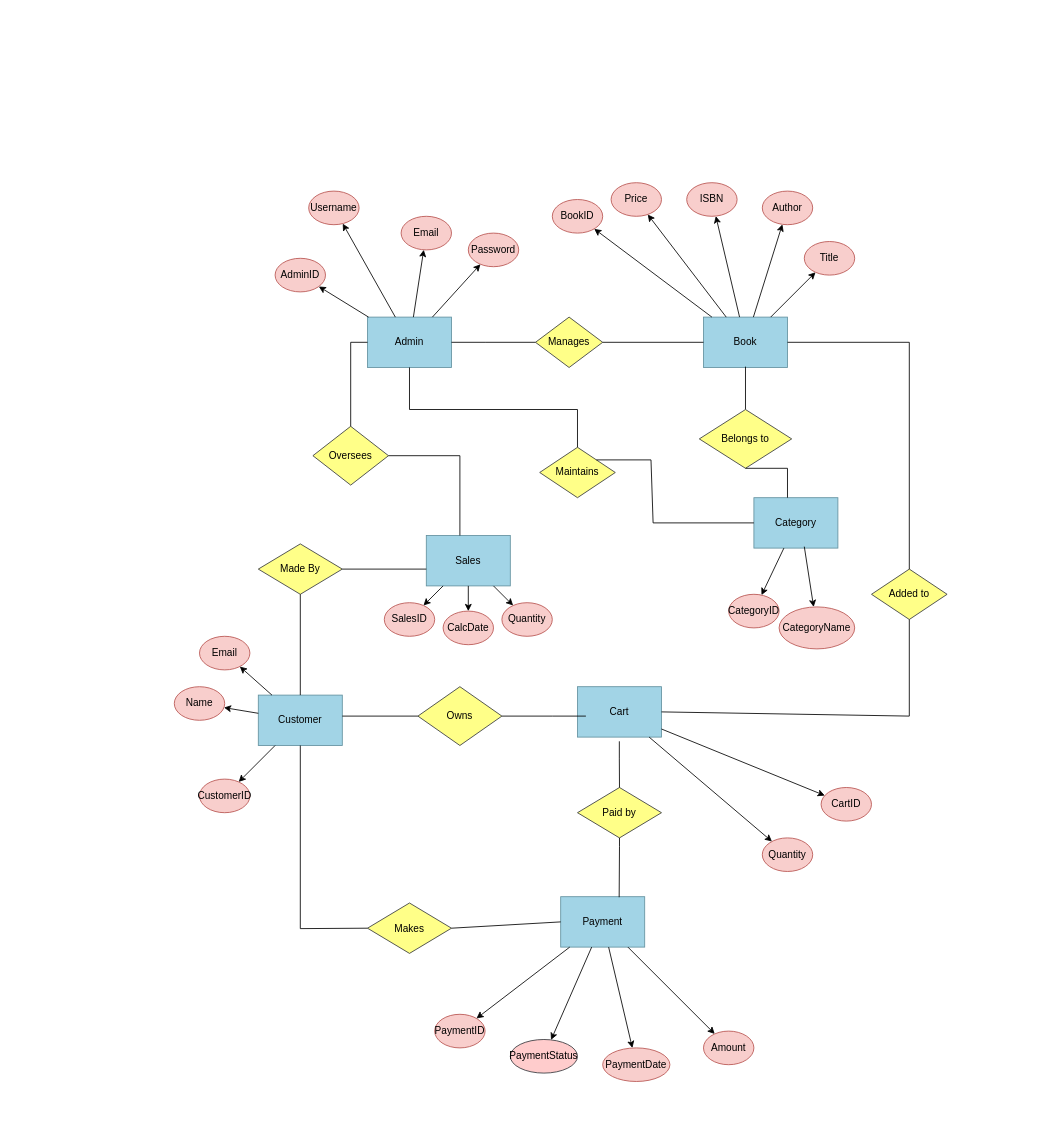
The draw.io diagram Untitled Diagram.drawio in Zul-Qarnain/Database_project, before the edit. Source tidied: cells renumbered, new cells numbered last; positions are measured from the earlier drawing's top-left corner, leaving out a move shared by most shapes. Both pictures are drawn from the tidied source at 84%, with x=0, y=0 at pixel (174, 182).
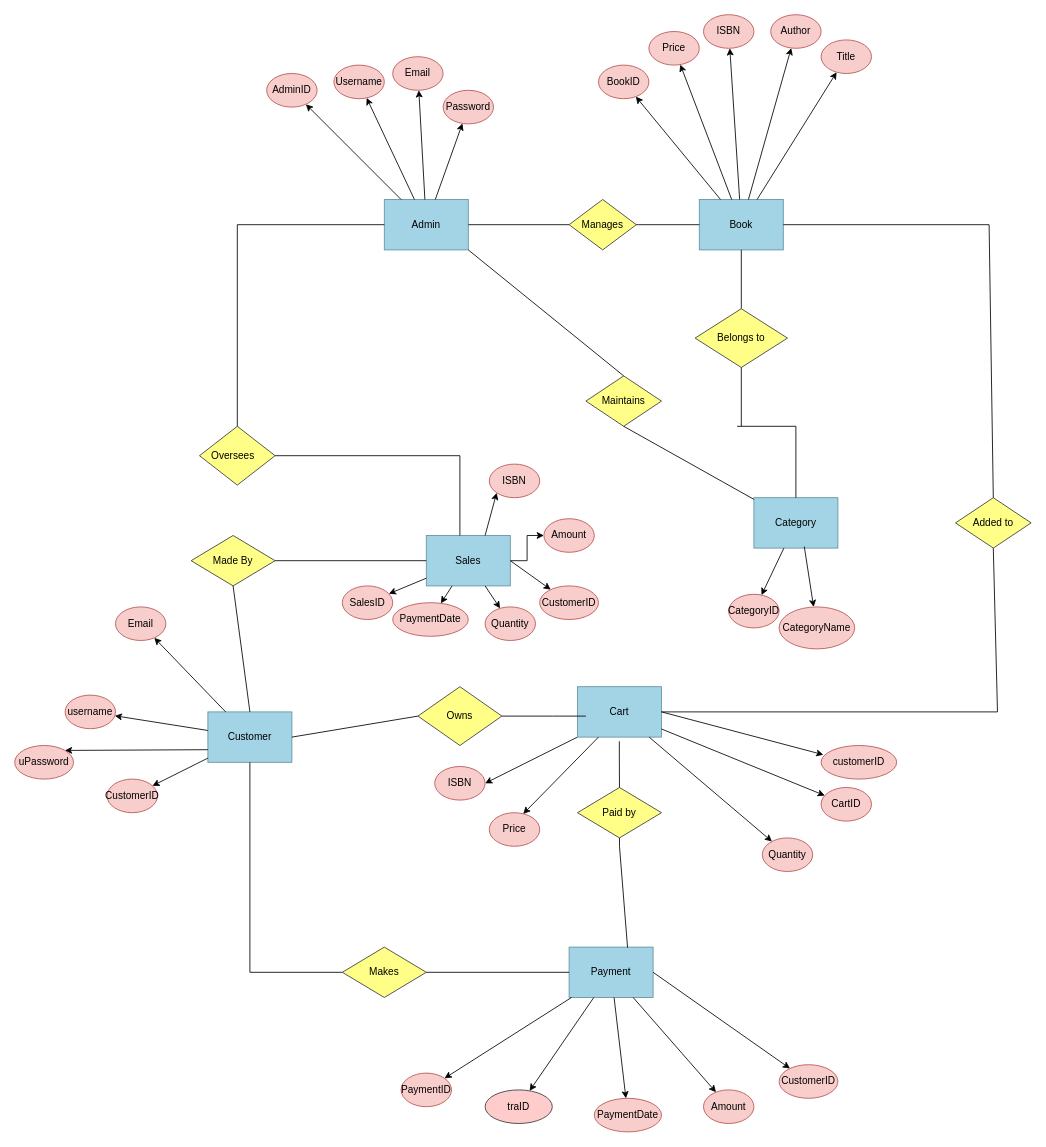
After the change.

Unchanged cells that the change refers to:
```xml
<mxCell id="12" value="Category" style="rounded=0;whiteSpace=wrap;html=1;fillColor=#a2d4e6;strokeColor=#63919f;" parent="1" vertex="1">
  <mxGeometry x="690" y="375" width="100" height="60" as="geometry" />
</mxCell>
<mxCell id="37" value="Cart" style="rounded=0;whiteSpace=wrap;html=1;fillColor=#a2d4e6;strokeColor=#63919f;" parent="1" vertex="1">
  <mxGeometry x="480" y="600" width="100" height="60" as="geometry" />
</mxCell>
<mxCell id="42" value="Sales" style="rounded=0;whiteSpace=wrap;html=1;fillColor=#a2d4e6;strokeColor=#63919f;" parent="1" vertex="1">
  <mxGeometry x="300" y="420" width="100" height="60" as="geometry" />
</mxCell>
<mxCell id="60" style="rhombus;whiteSpace=wrap;html=1;fillColor=#ffff88;strokeColor=#36393d;" parent="1" vertex="1">
  <mxGeometry x="290" y="600" width="100" height="70" as="geometry" />
</mxCell>
```

What changed in the source:
```diff
@@
+    <mxCell id="90" style="endArrow=classic;html=1;rounded=0;exitX=0;exitY=1;exitDx=0;exitDy=0;entryX=1;entryY=0.5;entryDx=0;entryDy=0;" parent="1" edge="1" source="37" target="98">
+      <mxGeometry relative="1" as="geometry" />
+    </mxCell>
     <mxCell id="2" value="Admin" style="rounded=0;whiteSpace=wrap;html=1;fillColor=#a2d4e6;strokeColor=#63919f;" parent="1" vertex="1">
-      <mxGeometry x="230" y="160" width="100" height="60" as="geometry" />
+      <mxGeometry x="250" y="20" width="100" height="60" as="geometry" />
     </mxCell>
     <mxCell id="3" value="AdminID" style="ellipse;whiteSpace=wrap;html=1;fillColor=#f8cecc;strokeColor=#b85450;" parent="1" vertex="1">
-      <mxGeometry x="120" y="90" width="60" height="40" as="geometry" />
+      <mxGeometry x="110" y="-130" width="60" height="40" as="geometry" />
     </mxCell>
@@
     <mxCell id="5" value="Username" style="ellipse;whiteSpace=wrap;html=1;fillColor=#f8cecc;strokeColor=#b85450;" parent="1" vertex="1">
-      <mxGeometry x="160" y="10" width="60" height="40" as="geometry" />
+      <mxGeometry x="190" y="-140" width="60" height="40" as="geometry" />
     </mxCell>
@@
     <mxCell id="7" value="Email" style="ellipse;whiteSpace=wrap;html=1;fillColor=#f8cecc;strokeColor=#b85450;" parent="1" vertex="1">
-      <mxGeometry x="270" y="40" width="60" height="40" as="geometry" />
+      <mxGeometry x="260" y="-150" width="60" height="40" as="geometry" />
     </mxCell>
@@
     <mxCell id="9" value="Password" style="ellipse;whiteSpace=wrap;html=1;fillColor=#f8cecc;strokeColor=#b85450;" parent="1" vertex="1">
-      <mxGeometry x="350" y="60" width="60" height="40" as="geometry" />
+      <mxGeometry x="320" y="-110" width="60" height="40" as="geometry" />
     </mxCell>
@@
     <mxCell id="11" value="Manages" style="rhombus;whiteSpace=wrap;html=1;fillColor=#ffff88;strokeColor=#36393d;" parent="1" vertex="1">
-      <mxGeometry x="430" y="160" width="80" height="60" as="geometry" />
+      <mxGeometry x="470" y="20" width="80" height="60" as="geometry" />
     </mxCell>
@@
     <mxCell id="17" value="Book" style="rounded=0;whiteSpace=wrap;html=1;fillColor=#a2d4e6;strokeColor=#63919f;" parent="1" vertex="1">
-      <mxGeometry x="630" y="160" width="100" height="60" as="geometry" />
+      <mxGeometry x="625" y="20" width="100" height="60" as="geometry" />
     </mxCell>
     <mxCell id="18" value="BookID" style="ellipse;whiteSpace=wrap;html=1;fillColor=#f8cecc;strokeColor=#b85450;" parent="1" vertex="1">
-      <mxGeometry x="450" y="20" width="60" height="40" as="geometry" />
+      <mxGeometry x="505" y="-140" width="60" height="40" as="geometry" />
     </mxCell>
@@
     <mxCell id="20" value="Title" style="ellipse;whiteSpace=wrap;html=1;fillColor=#f8cecc;strokeColor=#b85450;" parent="1" vertex="1">
-      <mxGeometry x="750" y="70" width="60" height="40" as="geometry" />
+      <mxGeometry x="770" y="-170" width="60" height="40" as="geometry" />
     </mxCell>
@@
     <mxCell id="22" value="ISBN" style="ellipse;whiteSpace=wrap;html=1;fillColor=#f8cecc;strokeColor=#b85450;" parent="1" vertex="1">
-      <mxGeometry x="610" width="60" height="40" as="geometry" />
+      <mxGeometry x="630" y="-200" width="60" height="40" as="geometry" />
     </mxCell>
@@
     <mxCell id="24" value="Price" style="ellipse;whiteSpace=wrap;html=1;fillColor=#f8cecc;strokeColor=#b85450;" parent="1" vertex="1">
-      <mxGeometry x="520" width="60" height="40" as="geometry" />
+      <mxGeometry x="565" y="-180" width="60" height="40" as="geometry" />
     </mxCell>
@@
     <mxCell id="26" value="Author" style="ellipse;whiteSpace=wrap;html=1;fillColor=#f8cecc;strokeColor=#b85450;" parent="1" vertex="1">
-      <mxGeometry x="700" y="10" width="60" height="40" as="geometry" />
+      <mxGeometry x="710" y="-200" width="60" height="40" as="geometry" />
     </mxCell>
@@
     <mxCell id="28" value="Payment" style="rounded=0;whiteSpace=wrap;html=1;fillColor=#a2d4e6;strokeColor=#63919f;" parent="1" vertex="1">
-      <mxGeometry x="460" y="850" width="100" height="60" as="geometry" />
+      <mxGeometry x="470" y="910" width="100" height="60" as="geometry" />
     </mxCell>
     <mxCell id="29" value="PaymentID" style="ellipse;whiteSpace=wrap;html=1;fillColor=#f8cecc;strokeColor=#b85450;" parent="1" vertex="1">
-      <mxGeometry x="310" y="990" width="60" height="40" as="geometry" />
+      <mxGeometry x="270" y="1060" width="60" height="40" as="geometry" />
     </mxCell>
@@
     <mxCell id="31" value="Amount" style="ellipse;whiteSpace=wrap;html=1;fillColor=#f8cecc;strokeColor=#b85450;" parent="1" vertex="1">
-      <mxGeometry x="630" y="1010" width="60" height="40" as="geometry" />
+      <mxGeometry x="630" y="1080" width="60" height="40" as="geometry" />
     </mxCell>
@@
     <mxCell id="33" value="PaymentDate" style="ellipse;whiteSpace=wrap;html=1;fillColor=#f8cecc;strokeColor=#b85450;" parent="1" vertex="1">
-      <mxGeometry x="510" y="1030" width="80" height="40" as="geometry" />
+      <mxGeometry x="500" y="1090" width="80" height="40" as="geometry" />
     </mxCell>
@@
-    <mxCell id="35" value="PaymentStatus" style="ellipse;whiteSpace=wrap;html=1;fillColor=#ffcccc;strokeColor=#36393d;" parent="1" vertex="1">
-      <mxGeometry x="400" y="1020" width="80" height="40" as="geometry" />
+    <mxCell id="35" value="traID" style="ellipse;whiteSpace=wrap;html=1;fillColor=#ffcccc;strokeColor=#36393d;" parent="1" vertex="1">
+      <mxGeometry x="370" y="1080" width="80" height="40" as="geometry" />
     </mxCell>
@@
+    <mxCell id="91" style="edgeStyle=orthogonalEdgeStyle;rounded=0;jettySize=auto;html=1;" parent="1" edge="1" source="42" target="114">
+      <mxGeometry relative="1" as="geometry" />
+    </mxCell>
@@
     <mxCell id="43" value="SalesID" style="ellipse;whiteSpace=wrap;html=1;fillColor=#f8cecc;strokeColor=#b85450;" parent="1" vertex="1">
-      <mxGeometry x="250" y="500" width="60" height="40" as="geometry" />
+      <mxGeometry x="200" y="480" width="60" height="40" as="geometry" />
     </mxCell>
@@
     <mxCell id="45" value="Quantity" style="ellipse;whiteSpace=wrap;html=1;fillColor=#f8cecc;strokeColor=#b85450;" parent="1" vertex="1">
-      <mxGeometry x="390" y="500" width="60" height="40" as="geometry" />
+      <mxGeometry x="370" y="505" width="60" height="40" as="geometry" />
     </mxCell>
@@
-    <mxCell id="47" value="CalcDate" style="ellipse;whiteSpace=wrap;html=1;fillColor=#f8cecc;strokeColor=#b85450;" parent="1" vertex="1">
-      <mxGeometry x="320" y="510" width="60" height="40" as="geometry" />
+    <mxCell id="47" value="PaymentDate" style="ellipse;whiteSpace=wrap;html=1;fillColor=#f8cecc;strokeColor=#b85450;" parent="1" vertex="1">
+      <mxGeometry x="260" y="500" width="90" height="40" as="geometry" />
     </mxCell>
@@
     <mxCell id="49" value="Customer" style="rounded=0;whiteSpace=wrap;html=1;fillColor=#a2d4e6;strokeColor=#63919f;" parent="1" vertex="1">
-      <mxGeometry x="100" y="610" width="100" height="60" as="geometry" />
+      <mxGeometry x="40" y="630" width="100" height="60" as="geometry" />
     </mxCell>
     <mxCell id="50" value="CustomerID" style="ellipse;whiteSpace=wrap;html=1;fillColor=#f8cecc;strokeColor=#b85450;" parent="1" vertex="1">
-      <mxGeometry x="30" y="710" width="60" height="40" as="geometry" />
+      <mxGeometry x="-80" y="710" width="60" height="40" as="geometry" />
     </mxCell>
@@
-    <mxCell id="52" value="Name" style="ellipse;whiteSpace=wrap;html=1;fillColor=#f8cecc;strokeColor=#b85450;" parent="1" vertex="1">
-      <mxGeometry y="600" width="60" height="40" as="geometry" />
+    <mxCell id="52" value="username" style="ellipse;whiteSpace=wrap;html=1;fillColor=#f8cecc;strokeColor=#b85450;" parent="1" vertex="1">
+      <mxGeometry x="-130" y="610" width="60" height="40" as="geometry" />
     </mxCell>
@@
     <mxCell id="54" value="Email" style="ellipse;whiteSpace=wrap;html=1;fillColor=#f8cecc;strokeColor=#b85450;" parent="1" vertex="1">
-      <mxGeometry x="30" y="540" width="60" height="40" as="geometry" />
+      <mxGeometry x="-70" y="505" width="60" height="40" as="geometry" />
     </mxCell>
@@
-    <mxCell id="56" style="endArrow=none;html=1;rounded=0;" parent="1" edge="1">
-      <mxGeometry relative="1" as="geometry">
-        <mxPoint x="680" y="270" as="sourcePoint" />
-        <mxPoint x="680" y="219" as="targetPoint" />
-      </mxGeometry>
+    <mxCell id="56" style="endArrow=none;html=1;rounded=0;entryX=0.5;entryY=1;entryDx=0;entryDy=0;exitX=0.5;exitY=0;exitDx=0;exitDy=0;" parent="1" edge="1" source="57" target="17">
+      <mxGeometry relative="1" as="geometry" />
     </mxCell>
     <mxCell id="57" style="rhombus;whiteSpace=wrap;html=1;fillColor=#ffff88;strokeColor=#36393d;" parent="1" vertex="1">
-      <mxGeometry x="625" y="270" width="110" height="70" as="geometry" />
+      <mxGeometry x="620" y="150" width="110" height="70" as="geometry" />
     </mxCell>
-    <mxCell id="58" style="endArrow=none;html=1;rounded=0;exitX=0.4;exitY=0;exitDx=0;exitDy=0;exitPerimeter=0;" parent="1" edge="1" source="12">
-      <mxGeometry relative="1" as="geometry">
-        <mxPoint x="680" y="340" as="targetPoint" />
-        <Array as="points">
-          <mxPoint x="730" y="340" />
-        </Array>
-      </mxGeometry>
-    </mxCell>
     <mxCell id="59" value="Belongs to" style="text;html=1;align=center;verticalAlign=middle;whiteSpace=wrap;rounded=0;fillColor=none;strokeColor=none;glass=0;gradientColor=none;" parent="1" vertex="1">
-      <mxGeometry x="650" y="290" width="60" height="30" as="geometry" />
+      <mxGeometry x="645" y="170" width="60" height="30" as="geometry" />
     </mxCell>
@@
-    <mxCell id="63" style="endArrow=none;html=1;rounded=0;entryX=1;entryY=0.5;entryDx=0;entryDy=0;exitX=0;exitY=0.5;exitDx=0;exitDy=0;" parent="1" edge="1" source="11" target="2">
-      <mxGeometry relative="1" as="geometry">
-        <Array as="points">
-          <mxPoint x="370" y="190" />
-        </Array>
-      </mxGeometry>
-    </mxCell>
@@
-    <mxCell id="65" style="endArrow=none;html=1;rounded=0;entryX=0;entryY=0.5;entryDx=0;entryDy=0;" parent="1" edge="1" target="60">
-      <mxGeometry relative="1" as="geometry">
-        <mxPoint x="200" y="635" as="sourcePoint" />
-      </mxGeometry>
+    <mxCell id="65" style="endArrow=none;html=1;rounded=0;entryX=0;entryY=0.5;entryDx=0;entryDy=0;exitX=1;exitY=0.5;exitDx=0;exitDy=0;" parent="1" edge="1" source="49" target="60">
+      <mxGeometry relative="1" as="geometry" />
     </mxCell>
@@
     <mxCell id="70" style="rhombus;whiteSpace=wrap;html=1;fillColor=#ffff88;strokeColor=#36393d;" parent="1" vertex="1">
-      <mxGeometry x="165" y="290" width="90" height="70" as="geometry" />
+      <mxGeometry x="30" y="290" width="90" height="70" as="geometry" />
     </mxCell>
     <mxCell id="71" value="Oversees" style="text;html=1;align=center;verticalAlign=middle;whiteSpace=wrap;rounded=0;" parent="1" vertex="1">
-      <mxGeometry x="180" y="310" width="60" height="30" as="geometry" />
+      <mxGeometry x="40" y="310" width="60" height="30" as="geometry" />
     </mxCell>
     <mxCell id="72" style="endArrow=none;html=1;rounded=0;entryX=0;entryY=0.5;entryDx=0;entryDy=0;exitX=0.5;exitY=0;exitDx=0;exitDy=0;" parent="1" edge="1" source="70" target="2">
       <mxGeometry relative="1" as="geometry">
         <Array as="points">
-          <mxPoint x="210" y="190" />
+          <mxPoint x="75" y="50" />
         </Array>
       </mxGeometry>
     </mxCell>
@@
     <mxCell id="74" style="rhombus;whiteSpace=wrap;html=1;fillColor=#ffff88;strokeColor=#36393d;" parent="1" vertex="1">
-      <mxGeometry x="100" y="430" width="100" height="60" as="geometry" />
+      <mxGeometry x="20" y="420" width="100" height="60" as="geometry" />
     </mxCell>
-    <mxCell id="75" style="endArrow=none;html=1;rounded=0;exitX=1;exitY=0.5;exitDx=0;exitDy=0;" parent="1" edge="1" source="74">
-      <mxGeometry relative="1" as="geometry">
-        <mxPoint x="300" y="460" as="targetPoint" />
-      </mxGeometry>
+    <mxCell id="75" style="endArrow=none;html=1;rounded=0;exitX=1;exitY=0.5;exitDx=0;exitDy=0;entryX=0;entryY=0.5;entryDx=0;entryDy=0;" parent="1" edge="1" source="74" target="42">
+      <mxGeometry relative="1" as="geometry" />
     </mxCell>
@@
     <mxCell id="77" value="Made By" style="text;html=1;align=center;verticalAlign=middle;whiteSpace=wrap;rounded=0;" parent="1" vertex="1">
-      <mxGeometry x="120" y="445" width="60" height="30" as="geometry" />
+      <mxGeometry x="40" y="435" width="60" height="30" as="geometry" />
     </mxCell>
     <mxCell id="78" style="rhombus;whiteSpace=wrap;html=1;fillColor=#ffff88;strokeColor=#36393d;" parent="1" vertex="1">
-      <mxGeometry x="230" y="857.5" width="100" height="60" as="geometry" />
+      <mxGeometry x="200" y="910" width="100" height="60" as="geometry" />
     </mxCell>
     <mxCell id="79" value="Makes" style="text;html=1;align=center;verticalAlign=middle;whiteSpace=wrap;rounded=0;" parent="1" vertex="1">
-      <mxGeometry x="250" y="875" width="60" height="25" as="geometry" />
+      <mxGeometry x="220" y="927.5" width="60" height="25" as="geometry" />
     </mxCell>
@@
     <mxCell id="81" style="endArrow=none;html=1;rounded=0;exitX=0.5;exitY=1;exitDx=0;exitDy=0;entryX=0;entryY=0.5;entryDx=0;entryDy=0;" parent="1" edge="1" source="49" target="78">
       <mxGeometry relative="1" as="geometry">
         <Array as="points">
-          <mxPoint x="150" y="888" />
+          <mxPoint x="90" y="940" />
         </Array>
       </mxGeometry>
     </mxCell>
     <mxCell id="82" style="rhombus;whiteSpace=wrap;html=1;fillColor=#ffff88;strokeColor=#36393d;" parent="1" vertex="1">
-      <mxGeometry x="435" y="315" width="90" height="60" as="geometry" />
+      <mxGeometry x="490" y="230" width="90" height="60" as="geometry" />
     </mxCell>
-    <mxCell id="83" style="endArrow=none;html=1;rounded=0;entryX=1;entryY=0.5;entryDx=0;entryDy=0;exitX=0;exitY=0.5;exitDx=0;exitDy=0;" parent="1" edge="1" source="12">
-      <mxGeometry relative="1" as="geometry">
-        <mxPoint x="502.5" y="330" as="targetPoint" />
-        <Array as="points">
-          <mxPoint x="570" y="405" />
-          <mxPoint x="567.5" y="330" />
-        </Array>
-      </mxGeometry>
-    </mxCell>
-    <mxCell id="84" style="endArrow=none;html=1;rounded=0;exitX=0.5;exitY=1;exitDx=0;exitDy=0;entryX=0.5;entryY=0;entryDx=0;entryDy=0;" parent="1" edge="1" source="2" target="82">
-      <mxGeometry relative="1" as="geometry">
-        <Array as="points">
-          <mxPoint x="280" y="270" />
-          <mxPoint x="480" y="270" />
-        </Array>
-      </mxGeometry>
-    </mxCell>
     <mxCell id="85" value="Maintains" style="text;html=1;align=center;verticalAlign=middle;whiteSpace=wrap;rounded=0;" parent="1" vertex="1">
-      <mxGeometry x="450" y="330" width="60" height="30" as="geometry" />
+      <mxGeometry x="505" y="245" width="60" height="30" as="geometry" />
     </mxCell>
     <mxCell id="86" style="rhombus;whiteSpace=wrap;html=1;fillColor=#ffff88;strokeColor=#36393d;" parent="1" vertex="1">
-      <mxGeometry x="830" y="460" width="90" height="60" as="geometry" />
+      <mxGeometry x="930" y="375" width="90" height="60" as="geometry" />
     </mxCell>
-    <mxCell id="87" style="endArrow=none;html=1;rounded=0;entryX=0.5;entryY=1;entryDx=0;entryDy=0;exitX=1;exitY=0.5;exitDx=0;exitDy=0;" parent="1" edge="1" source="37" target="86">
-      <mxGeometry relative="1" as="geometry">
-        <Array as="points">
-          <mxPoint x="875" y="635" />
-        </Array>
-      </mxGeometry>
-    </mxCell>
-    <mxCell id="88" style="endArrow=none;html=1;rounded=0;exitX=1;exitY=0.5;exitDx=0;exitDy=0;entryX=0.5;entryY=0;entryDx=0;entryDy=0;" parent="1" edge="1" source="17" target="86">
-      <mxGeometry relative="1" as="geometry">
-        <Array as="points">
-          <mxPoint x="875" y="190" />
-        </Array>
-      </mxGeometry>
-    </mxCell>
     <mxCell id="89" value="Added to" style="text;html=1;align=center;verticalAlign=middle;whiteSpace=wrap;rounded=0;" parent="1" vertex="1">
-      <mxGeometry x="845" y="475" width="60" height="30" as="geometry" />
+      <mxGeometry x="945" y="390" width="60" height="30" as="geometry" />
     </mxCell>
+    <mxCell id="92" style="endArrow=none;html=1;rounded=0;exitX=0.5;exitY=0;exitDx=0;exitDy=0;" parent="1" edge="1" source="86">
+      <mxGeometry relative="1" as="geometry">
+        <mxPoint x="970" y="50" as="targetPoint" />
+      </mxGeometry>
+    </mxCell>
+    <mxCell id="93" style="endArrow=none;html=1;rounded=0;exitX=1;exitY=0.5;exitDx=0;exitDy=0;" parent="1" edge="1" source="17">
+      <mxGeometry relative="1" as="geometry">
+        <mxPoint x="970" y="50" as="targetPoint" />
+      </mxGeometry>
+    </mxCell>
+    <mxCell id="94" style="endArrow=none;html=1;rounded=0;exitX=1;exitY=0.5;exitDx=0;exitDy=0;" parent="1" edge="1" source="37">
+      <mxGeometry relative="1" as="geometry">
+        <mxPoint x="980" y="630" as="targetPoint" />
+      </mxGeometry>
+    </mxCell>
+    <mxCell id="95" style="endArrow=none;html=1;rounded=0;entryX=0.5;entryY=1;entryDx=0;entryDy=0;" parent="1" edge="1" target="86">
+      <mxGeometry relative="1" as="geometry">
+        <mxPoint x="980" y="630" as="sourcePoint" />
+      </mxGeometry>
+    </mxCell>
+    <mxCell id="96" value="customerID" style="ellipse;whiteSpace=wrap;html=1;fillColor=#f8cecc;strokeColor=#b85450;" parent="1" vertex="1">
+      <mxGeometry x="770" y="670" width="90" height="40" as="geometry" />
+    </mxCell>
+    <mxCell id="97" style="exitX=1;exitY=0.5;exitDx=0;exitDy=0;entryX=0.03;entryY=0.275;entryDx=0;entryDy=0;entryPerimeter=0;" parent="1" edge="1" source="37" target="96">
+      <mxGeometry relative="1" as="geometry" />
+    </mxCell>
+    <mxCell id="98" value="ISBN" style="ellipse;whiteSpace=wrap;html=1;fillColor=#f8cecc;strokeColor=#b85450;" parent="1" vertex="1">
+      <mxGeometry x="310" y="695" width="60" height="40" as="geometry" />
+    </mxCell>
+    <mxCell id="99" value="Price" style="ellipse;whiteSpace=wrap;html=1;fillColor=#f8cecc;strokeColor=#b85450;" parent="1" vertex="1">
+      <mxGeometry x="375" y="750" width="60" height="40" as="geometry" />
+    </mxCell>
+    <mxCell id="100" style="endArrow=classic;html=1;rounded=0;entryX=0.673;entryY=0.035;entryDx=0;entryDy=0;entryPerimeter=0;exitX=0.25;exitY=1;exitDx=0;exitDy=0;" parent="1" edge="1" source="37" target="99">
+      <mxGeometry relative="1" as="geometry" />
+    </mxCell>
+    <mxCell id="101" style="endArrow=classic;html=1;rounded=0;exitX=1;exitY=0.5;exitDx=0;exitDy=0;" parent="1" edge="1" source="28" target="102">
+      <mxGeometry relative="1" as="geometry" />
+    </mxCell>
+    <mxCell id="102" value="CustomerID" style="ellipse;whiteSpace=wrap;html=1;fillColor=#f8cecc;strokeColor=#b85450;" parent="1" vertex="1">
+      <mxGeometry x="720" y="1050" width="70" height="40" as="geometry" />
+    </mxCell>
+    <mxCell id="103" style="endArrow=classic;html=1;rounded=0;exitX=0;exitY=0.75;exitDx=0;exitDy=0;entryX=1;entryY=0;entryDx=0;entryDy=0;" parent="1" edge="1" source="49" target="104">
+      <mxGeometry relative="1" as="geometry" />
+    </mxCell>
+    <mxCell id="104" value="uPassword" style="ellipse;whiteSpace=wrap;html=1;fillColor=#f8cecc;strokeColor=#b85450;" parent="1" vertex="1">
+      <mxGeometry x="-190" y="670" width="70" height="40" as="geometry" />
+    </mxCell>
+    <mxCell id="105" style="endArrow=none;html=1;rounded=0;entryX=0;entryY=0.5;entryDx=0;entryDy=0;exitX=1;exitY=0.5;exitDx=0;exitDy=0;" parent="1" edge="1" source="2" target="11">
+      <mxGeometry relative="1" as="geometry" />
+    </mxCell>
+    <mxCell id="106" style="endArrow=none;html=1;rounded=0;entryX=0.5;entryY=1;entryDx=0;entryDy=0;" parent="1" edge="1" target="57">
+      <mxGeometry relative="1" as="geometry">
+        <mxPoint x="675" y="290" as="sourcePoint" />
+      </mxGeometry>
+    </mxCell>
+    <mxCell id="107" style="endArrow=none;html=1;rounded=0;exitX=0.5;exitY=0;exitDx=0;exitDy=0;" parent="1" edge="1" source="12">
+      <mxGeometry relative="1" as="geometry">
+        <mxPoint x="740" y="290" as="targetPoint" />
+      </mxGeometry>
+    </mxCell>
+    <mxCell id="108" style="endArrow=none;html=1;rounded=0;" parent="1" edge="1">
+      <mxGeometry relative="1" as="geometry">
+        <mxPoint x="670" y="290" as="sourcePoint" />
+        <mxPoint x="740" y="290" as="targetPoint" />
+      </mxGeometry>
+    </mxCell>
+    <mxCell id="84" style="endArrow=none;html=1;rounded=0;entryX=0.5;entryY=0;entryDx=0;entryDy=0;exitX=1;exitY=1;exitDx=0;exitDy=0;" parent="1" edge="1" source="2" target="82">
+      <mxGeometry relative="1" as="geometry" />
+    </mxCell>
+    <mxCell id="109" style="endArrow=none;html=1;rounded=0;entryX=0.5;entryY=1;entryDx=0;entryDy=0;" parent="1" edge="1" source="12" target="82">
+      <mxGeometry relative="1" as="geometry" />
+    </mxCell>
+    <mxCell id="110" style="endArrow=classic;html=1;rounded=0;entryX=0;entryY=1;entryDx=0;entryDy=0;" parent="1" edge="1" target="111">
+      <mxGeometry relative="1" as="geometry">
+        <mxPoint x="370" y="420" as="sourcePoint" />
+      </mxGeometry>
+    </mxCell>
+    <mxCell id="111" value="ISBN" style="ellipse;whiteSpace=wrap;html=1;fillColor=#f8cecc;strokeColor=#b85450;" parent="1" vertex="1">
+      <mxGeometry x="375" y="335" width="60" height="40" as="geometry" />
+    </mxCell>
+    <mxCell id="112" value="CustomerID" style="ellipse;whiteSpace=wrap;html=1;fillColor=#f8cecc;strokeColor=#b85450;" parent="1" vertex="1">
+      <mxGeometry x="435" y="480" width="70" height="40" as="geometry" />
+    </mxCell>
+    <mxCell id="113" style="endArrow=classic;html=1;rounded=0;exitX=1;exitY=0.5;exitDx=0;exitDy=0;" parent="1" edge="1" source="42" target="112">
+      <mxGeometry relative="1" as="geometry" />
+    </mxCell>
+    <mxCell id="114" value="Amount" style="ellipse;whiteSpace=wrap;html=1;fillColor=#f8cecc;strokeColor=#b85450;" parent="1" vertex="1">
+      <mxGeometry x="440" y="400" width="60" height="40" as="geometry" />
+    </mxCell>
```
